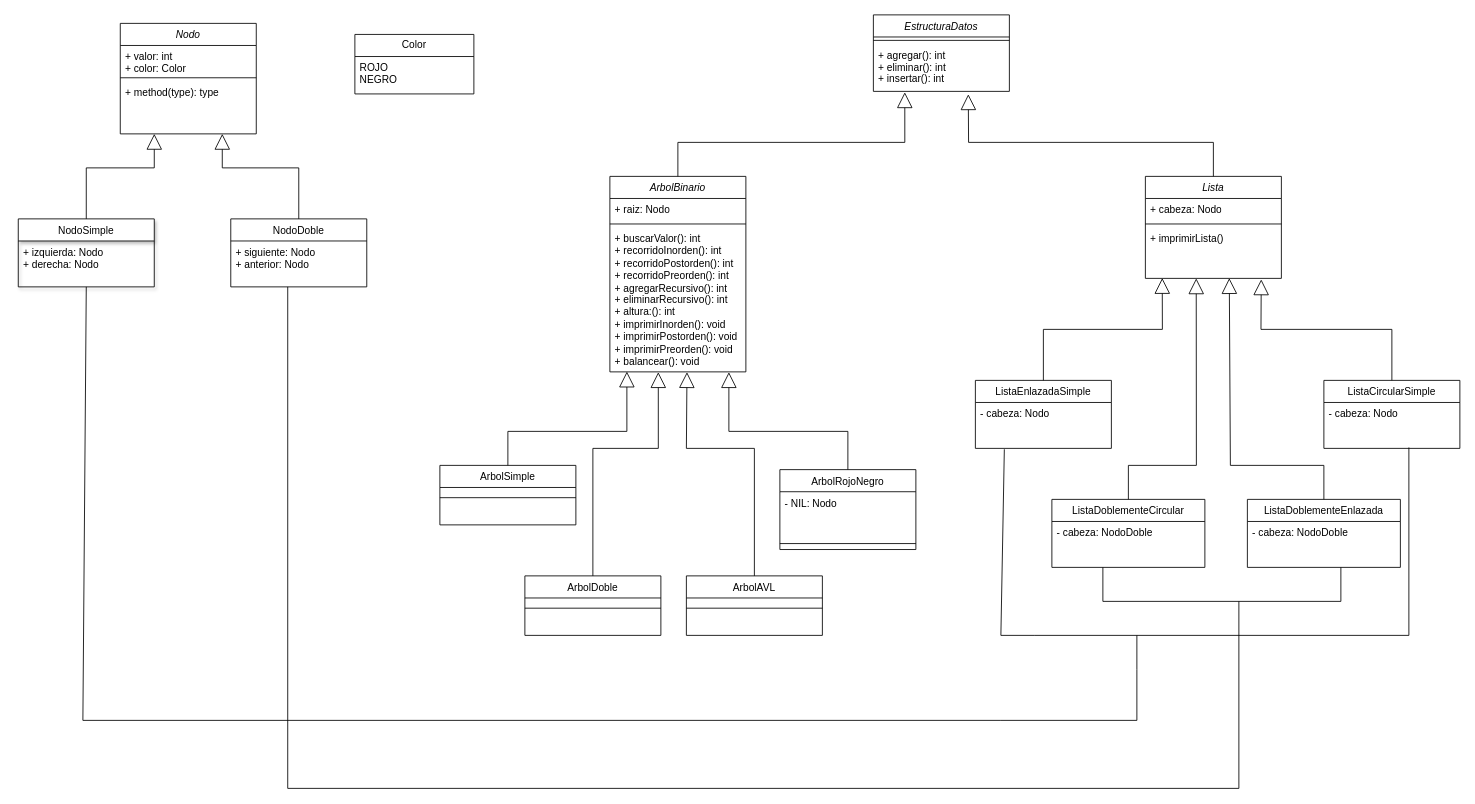
Before: ArbolBinario.drawio in ArianaSarango/ArbolBinario, a draw.io diagram. Source tidied: cells renumbered, new cells numbered last; positions are measured from the earlier drawing's top-left corner, leaving out a move shared by most shapes. Both pictures are drawn from the tidied source at 85%, with x=0, y=0 at pixel (18, 14).
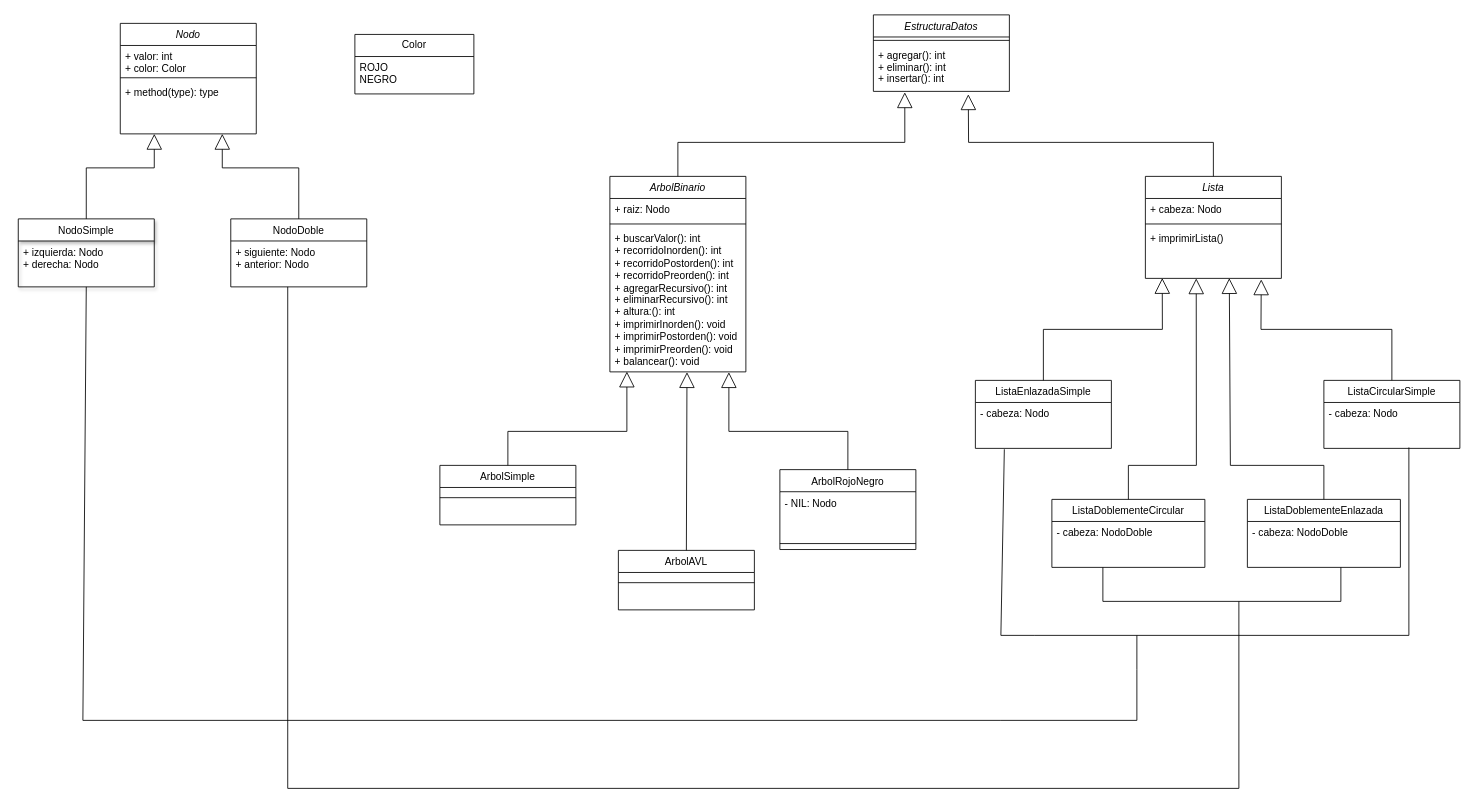
After the change.

Unchanged cells that the change refers to:
```xml
<mxCell id="20" value="+ buscarValor(): int&lt;br&gt;+ recorridoInorden(): int&lt;div&gt;+ recorridoPostorden(): int&lt;br&gt;+ recorridoPreorden()&lt;span style=&quot;background-color: initial;&quot;&gt;: int&lt;/span&gt;&lt;/div&gt;&lt;div&gt;&lt;span style=&quot;text-wrap: nowrap;&quot;&gt;+ agregarRecursivo(): int&lt;/span&gt;&lt;br style=&quot;text-wrap: nowrap; padding: 0px; margin: 0px;&quot;&gt;&lt;span style=&quot;text-wrap: nowrap;&quot;&gt;+ eliminarRecursivo(): int&lt;/span&gt;&lt;/div&gt;&lt;div&gt;+ altura:(): int&lt;span style=&quot;text-wrap: nowrap;&quot;&gt;&lt;br&gt;&lt;/span&gt;&lt;/div&gt;&lt;div&gt;+ imprimirInorden()&lt;span style=&quot;background-color: initial;&quot;&gt;: void&lt;/span&gt;&lt;/div&gt;&lt;div&gt;+ imprimir&lt;span style=&quot;background-color: initial;&quot;&gt;Postorden()&lt;/span&gt;&lt;span style=&quot;background-color: initial;&quot;&gt;: void&lt;/span&gt;&lt;/div&gt;&lt;div&gt;&lt;span style=&quot;background-color: initial;&quot;&gt;+ imprimirPreorden()&lt;/span&gt;&lt;span style=&quot;background-color: initial;&quot;&gt;: void&lt;br&gt;&lt;/span&gt;&lt;/div&gt;&lt;div&gt;&lt;span style=&quot;text-wrap: nowrap;&quot;&gt;+ balancear(): void&lt;/span&gt;&lt;span style=&quot;background-color: initial;&quot;&gt;&lt;br&gt;&lt;/span&gt;&lt;/div&gt;" style="text;strokeColor=none;fillColor=none;align=left;verticalAlign=top;spacingLeft=4;spacingRight=4;overflow=hidden;points=[[0,0.5],[1,0.5]];portConstraint=eastwest;whiteSpace=wrap;html=1;" parent="17" vertex="1">
  <mxGeometry y="60" width="160" height="170" as="geometry" />
</mxCell>
```

Diff of the diagram source:
```diff
@@
-    <mxCell id="39" value="ArbolDoble&#10;" style="swimlane;fontStyle=0;align=center;verticalAlign=top;horizontal=1;startSize=26;rounded=0;shadow=0;strokeWidth=1;" parent="1" vertex="1">
-      <mxGeometry x="596" y="660" width="160" height="70" as="geometry" />
-    </mxCell>
-    <mxCell id="40" style="line;strokeWidth=1;fillColor=none;align=left;verticalAlign=middle;spacingTop=-1;spacingLeft=3;spacingRight=3;labelPosition=right;strokeColor=inherit;" parent="39" vertex="1">
-      <mxGeometry y="26" width="160" height="24" as="geometry" />
-    </mxCell>
     <mxCell id="41" value="ArbolAVL" style="swimlane;fontStyle=0;align=center;verticalAlign=top;horizontal=1;startSize=26;rounded=0;shadow=0;strokeWidth=1;" parent="1" vertex="1">
-      <mxGeometry x="786" y="660" width="160" height="70" as="geometry" />
+      <mxGeometry x="706" y="630" width="160" height="70" as="geometry" />
     </mxCell>
@@
-    <mxCell id="47" style="endArrow=block;endSize=16;endFill=0;html=1;rounded=0;exitX=0.5;exitY=0;exitDx=0;exitDy=0;entryX=0.356;entryY=1.002;entryDx=0;entryDy=0;entryPerimeter=0;" parent="1" edge="1" source="39" target="20">
-      <mxGeometry relative="1" as="geometry">
-        <Array as="points">
-          <mxPoint x="676" y="510" />
-          <mxPoint x="753" y="510" />
-        </Array>
-      </mxGeometry>
-    </mxCell>
     <mxCell id="48" style="endArrow=block;endSize=16;endFill=0;html=1;rounded=0;exitX=0.5;exitY=0;exitDx=0;exitDy=0;entryX=0.567;entryY=1.002;entryDx=0;entryDy=0;entryPerimeter=0;" parent="1" edge="1" source="41" target="20">
-      <mxGeometry relative="1" as="geometry">
-        <Array as="points">
-          <mxPoint x="866" y="510" />
-          <mxPoint x="786" y="510" />
-        </Array>
-      </mxGeometry>
+      <mxGeometry relative="1" as="geometry" />
     </mxCell>
```
